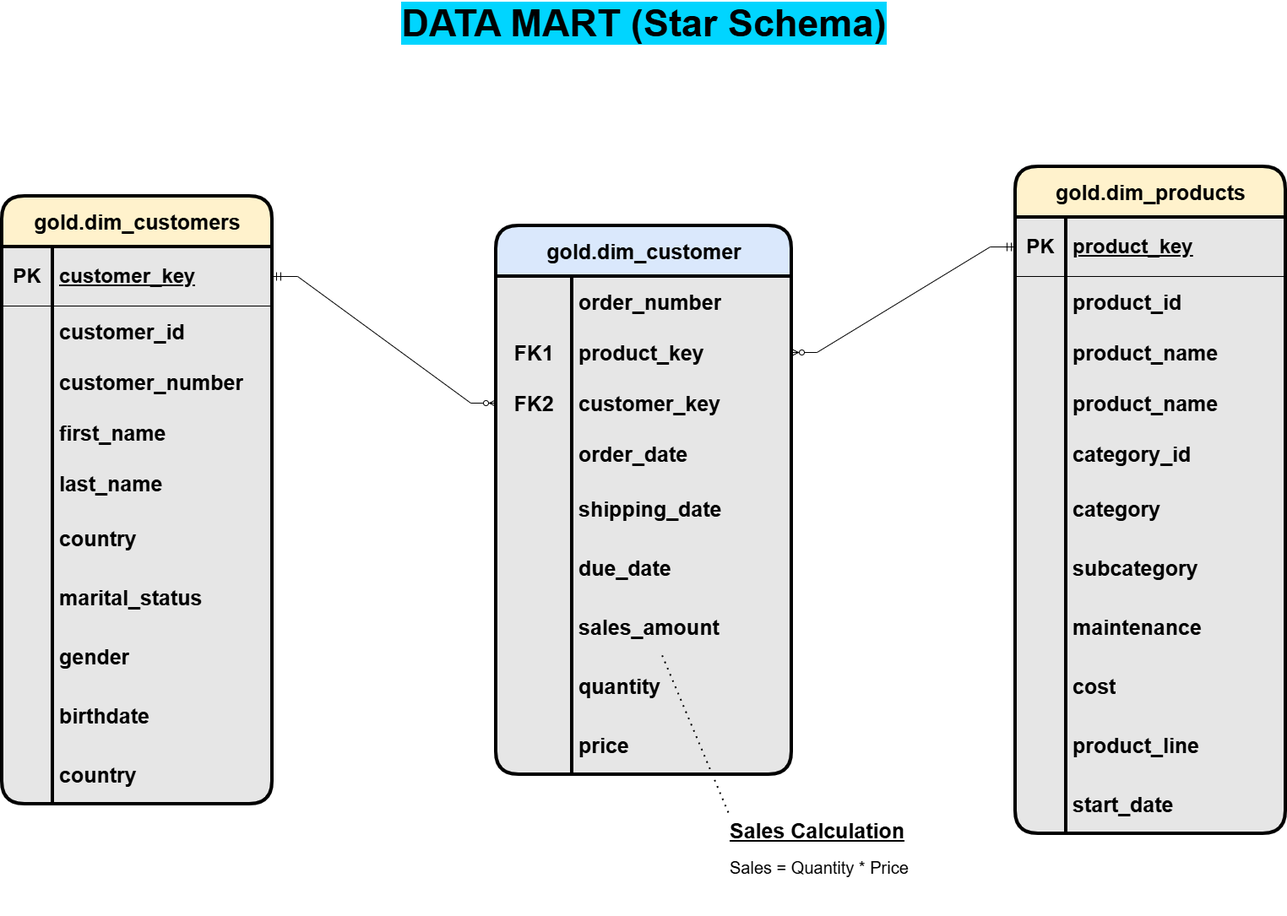
The draw.io diagram docs/data_model.png in Code-X-Slayer/data-warehouse-project, before a commit. Source tidied: cells renumbered, new cells last; positions are measured from the earlier drawing's top-left corner, leaving out a move shared by most shapes.
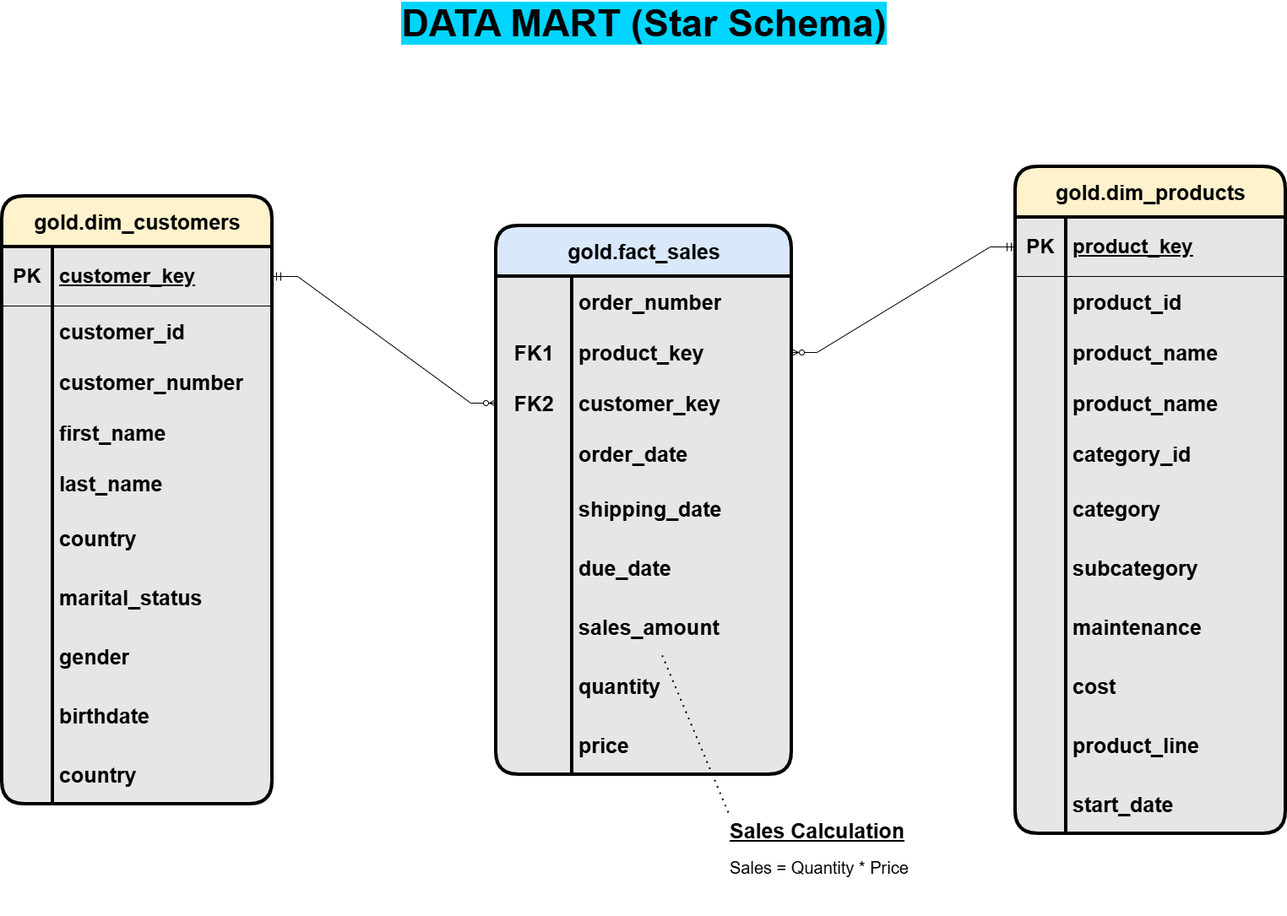
Later version of the same file.

Commit message:
data model corrected

Diff of the diagram source:
```diff
@@ -5,7 +5,7 @@
     <mxCell id="2" value="&lt;b&gt;&lt;font style=&quot;font-size: 45px; background-color: light-dark(rgb(0, 213, 255), rgb(237, 237, 237));&quot;&gt;DATA MART (Star Schema)&lt;/font&gt;&lt;/b&gt;" style="text;html=1;whiteSpace=wrap;strokeColor=none;fillColor=none;align=center;verticalAlign=middle;rounded=0;fontSize=32;" parent="1" vertex="1">
       <mxGeometry x="443" width="635" height="30" as="geometry" />
     </mxCell>
-    <mxCell id="3" value="&lt;div&gt;&lt;br&gt;&lt;/div&gt;gold.dim_customer&lt;div&gt;&lt;br&gt;&lt;/div&gt;" style="shape=table;startSize=60;rowLines=0;fontStyle=1;align=center;html=1;rounded=1;fontSize=25;fillColor=#dae8fc;strokeColor=#000000;swimlaneFillColor=#E6E6E6;strokeWidth=4;" parent="1" vertex="1">
+    <mxCell id="3" value="gold.fact_sales" style="shape=table;startSize=60;rowLines=0;fontStyle=1;align=center;html=1;rounded=1;fontSize=25;fillColor=#dae8fc;strokeColor=#000000;swimlaneFillColor=#E6E6E6;strokeWidth=4;" parent="1" vertex="1">
       <mxGeometry x="585" y="255" width="350" height="650" as="geometry" />
     </mxCell>
     <mxCell id="4" style="shape=tableRow;horizontal=0;startSize=0;swimlaneHead=0;swimlaneBody=0;fillColor=none;top=0;left=0;right=0;bottom=0;fontSize=19;" parent="3" vertex="1">
```
